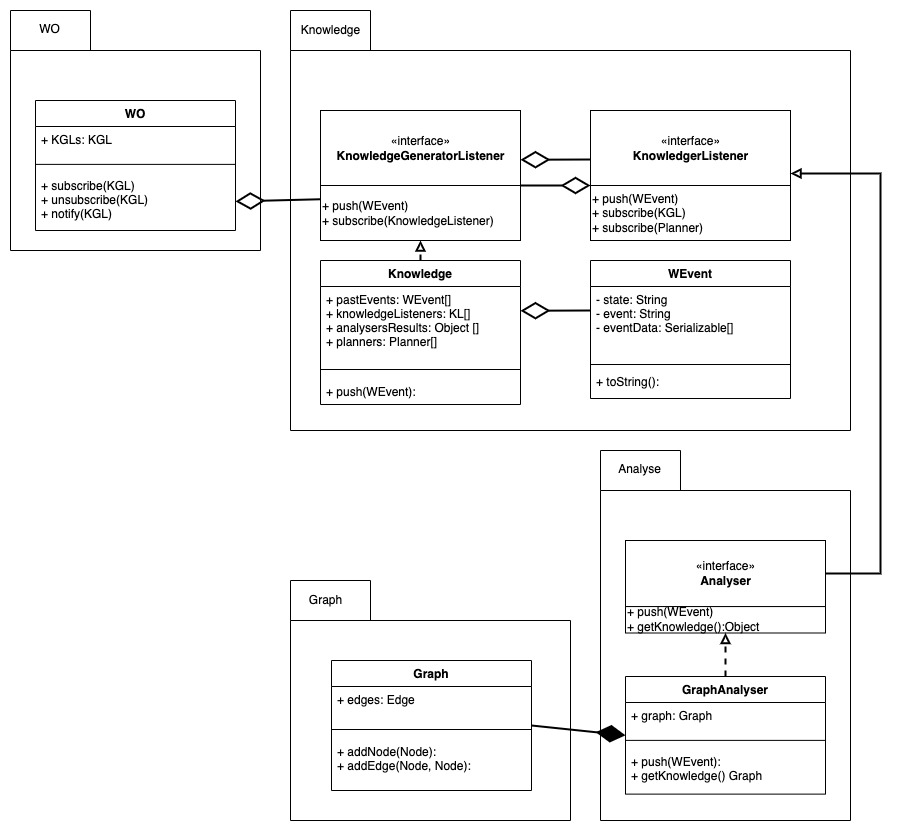
Sylv-Lej/thesis-separation-concerns keeps this draw.io diagram as fig/png/MAK.drawio.png. Above is the earlier version. Source tidied: cells renumbered, new cells last; positions are measured from the earlier drawing's top-left corner, leaving out a move shared by most shapes.
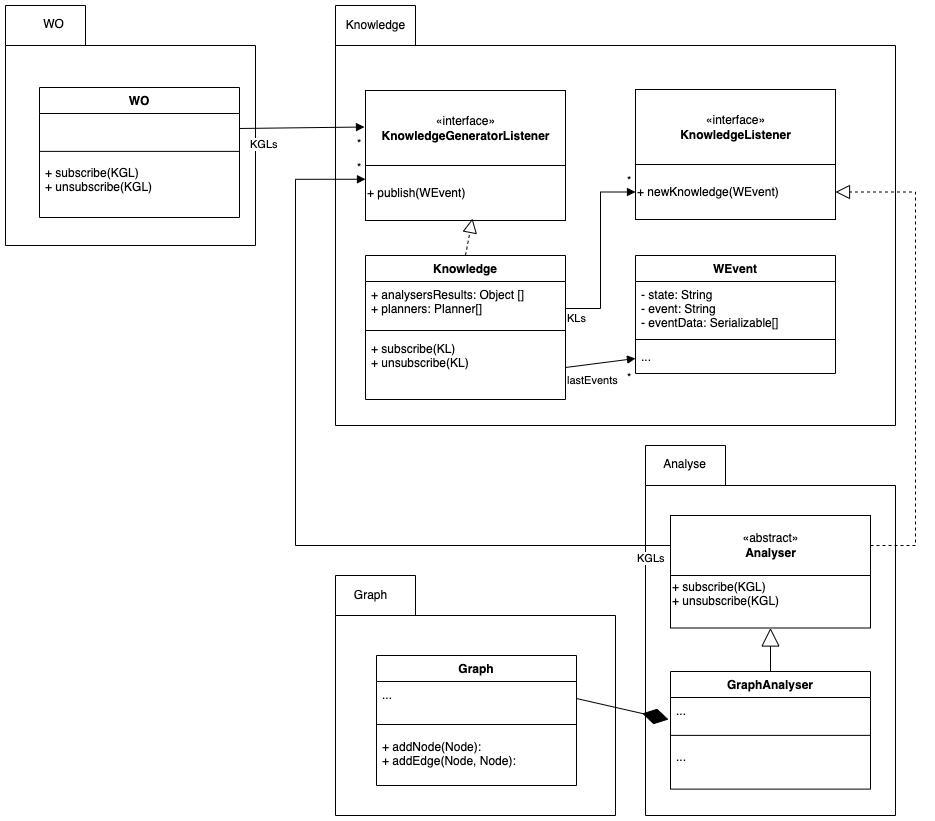
The same file after the commit.

Diff of the diagram source:
```diff
@@ -17,7 +17,7 @@
     <mxCell id="6" value="Graph" style="swimlane;fontStyle=1;align=center;verticalAlign=top;horizontal=1;startSize=26;" parent="3" vertex="1">
       <mxGeometry x="41" y="80" width="200" height="130" as="geometry" />
     </mxCell>
-    <mxCell id="7" value="+ edges: Edge&#10;&#10;&#10;&#10;&#10;" style="text;strokeColor=none;fillColor=none;align=left;verticalAlign=top;spacingLeft=4;spacingRight=4;overflow=hidden;points=[[0,0.5],[1,0.5]];portConstraint=eastwest;" parent="6" vertex="1">
+    <mxCell id="7" value="..." style="text;strokeColor=none;fillColor=none;align=left;verticalAlign=top;spacingLeft=4;spacingRight=4;overflow=hidden;points=[[0,0.5],[1,0.5]];portConstraint=eastwest;" parent="6" vertex="1">
       <mxGeometry y="26" width="200" height="34" as="geometry" />
     </mxCell>
     <mxCell id="8" style="line;strokeWidth=1;fillColor=none;align=left;verticalAlign=middle;spacingTop=-1;spacingLeft=3;spacingRight=3;labelPosition=right;" parent="6" vertex="1">
@@ -35,66 +35,48 @@
     <mxCell id="12" value="Knowledge" style="text;html=1;align=center;verticalAlign=middle;strokeColor=none;" parent="10" vertex="1">
       <mxGeometry x="5" y="10" width="70" height="20" as="geometry" />
     </mxCell>
-    <mxCell id="13" style="edgeStyle=orthogonalEdgeStyle;rounded=0;jettySize=auto;html=1;exitX=0.5;exitY=0;exitDx=0;exitDy=0;entryX=0.5;entryY=1;entryDx=0;entryDy=0;endArrow=block;endFill=0;strokeWidth=2;dashed=1;" parent="1" edge="1" source="14" target="20">
-      <mxGeometry relative="1" as="geometry" />
-    </mxCell>
+    <mxCell id="16" style="line;strokeWidth=1;fillColor=none;align=left;verticalAlign=middle;spacingTop=-1;spacingLeft=3;spacingRight=3;labelPosition=right;" parent="10" vertex="1">
+      <mxGeometry x="30" y="320" width="200" height="10" as="geometry" />
+    </mxCell>
     <mxCell id="14" value="Knowledge" style="swimlane;fontStyle=1;align=center;verticalAlign=top;horizontal=1;startSize=26;" parent="1" vertex="1">
       <mxGeometry x="310" y="250" width="200" height="144" as="geometry" />
     </mxCell>
-    <mxCell id="15" value="+ pastEvents: WEvent[]&#10;+ knowledgeListeners: KL[]&#10;+ analysersResults: Object []&#10;+ planners: Planner[]&#10;&#10;&#10;&#10;&#10;" style="text;strokeColor=none;fillColor=none;align=left;verticalAlign=top;spacingLeft=4;spacingRight=4;overflow=hidden;points=[[0,0.5],[1,0.5]];portConstraint=eastwest;" parent="14" vertex="1">
-      <mxGeometry y="26" width="200" height="74" as="geometry" />
+    <mxCell id="15" value="+ analysersResults: Object []&#10;+ planners: Planner[]" style="text;strokeColor=none;fillColor=none;align=left;verticalAlign=top;spacingLeft=4;spacingRight=4;overflow=hidden;points=[[0,0.5],[1,0.5]];portConstraint=eastwest;" parent="14" vertex="1">
+      <mxGeometry y="26" width="200" height="54" as="geometry" />
     </mxCell>
-    <mxCell id="16" style="line;strokeWidth=1;fillColor=none;align=left;verticalAlign=middle;spacingTop=-1;spacingLeft=3;spacingRight=3;labelPosition=right;" parent="14" vertex="1">
-      <mxGeometry y="100" width="200" height="18" as="geometry" />
-    </mxCell>
-    <mxCell id="17" value="+ push(WEvent):" style="text;strokeColor=none;fillColor=none;align=left;verticalAlign=top;spacingLeft=4;spacingRight=4;overflow=hidden;points=[[0,0.5],[1,0.5]];portConstraint=eastwest;" parent="14" vertex="1">
-      <mxGeometry y="118" width="200" height="26" as="geometry" />
+    <mxCell id="17" value="+ subscribe(KL)&#10;+ unsubscribe(KL)&#10;" style="text;strokeColor=none;fillColor=none;align=left;verticalAlign=top;spacingLeft=4;spacingRight=4;overflow=hidden;points=[[0,0.5],[1,0.5]];portConstraint=eastwest;" parent="14" vertex="1">
+      <mxGeometry y="80" width="200" height="64" as="geometry" />
     </mxCell>
     <mxCell id="18" style="group;" parent="1" vertex="1">
-      <mxGeometry x="310" y="100" width="200" height="130" as="geometry" />
+      <mxGeometry x="310" y="85" width="200" height="130" as="geometry" />
     </mxCell>
     <mxCell id="19" value="«interface»&lt;br&gt;&lt;span style=&quot;font-weight: 700&quot;&gt;KnowledgeGeneratorListener&lt;/span&gt;" style="html=1;" parent="18" vertex="1">
       <mxGeometry width="200" height="75" as="geometry" />
     </mxCell>
-    <mxCell id="20" value="+ push(WEvent)&lt;br&gt;+ subscribe(KnowledgeListener)&lt;br&gt;" style="html=1;align=left;" parent="18" vertex="1">
+    <mxCell id="20" value="+ publish(WEvent)" style="html=1;align=left;" parent="18" vertex="1">
       <mxGeometry y="75" width="200" height="55" as="geometry" />
     </mxCell>
     <mxCell id="21" value="WEvent" style="swimlane;fontStyle=1;align=center;verticalAlign=top;horizontal=1;startSize=26;" parent="1" vertex="1">
-      <mxGeometry x="580" y="250" width="200" height="138" as="geometry" />
+      <mxGeometry x="580" y="250" width="200" height="118" as="geometry" />
     </mxCell>
-    <mxCell id="22" value="- state: String&#10;- event: String&#10;- eventData: Serializable[]&#10;" style="text;strokeColor=none;fillColor=none;align=left;verticalAlign=top;spacingLeft=4;spacingRight=4;overflow=hidden;" parent="21" vertex="1">
-      <mxGeometry y="26" width="200" height="74" as="geometry" />
+    <mxCell id="22" value="- state: String&#10;- event: String&#10;- eventData: Serializable[]" style="text;strokeColor=none;fillColor=none;align=left;verticalAlign=top;spacingLeft=4;spacingRight=4;overflow=hidden;" parent="21" vertex="1">
+      <mxGeometry y="26" width="200" height="54" as="geometry" />
     </mxCell>
     <mxCell id="23" style="line;strokeWidth=1;fillColor=none;align=left;verticalAlign=middle;spacingTop=-1;spacingLeft=3;spacingRight=3;labelPosition=right;" parent="21" vertex="1">
-      <mxGeometry y="100" width="200" height="8" as="geometry" />
+      <mxGeometry y="80" width="200" height="8" as="geometry" />
     </mxCell>
-    <mxCell id="24" value="+ toString():" style="text;strokeColor=none;fillColor=none;align=left;verticalAlign=top;spacingLeft=4;spacingRight=4;overflow=hidden;points=[[0,0.5],[1,0.5]];portConstraint=eastwest;" parent="21" vertex="1">
-      <mxGeometry y="108" width="200" height="30" as="geometry" />
+    <mxCell id="24" value="..." style="text;strokeColor=none;fillColor=none;align=left;verticalAlign=top;spacingLeft=4;spacingRight=4;overflow=hidden;points=[[0,0.5],[1,0.5]];portConstraint=eastwest;" parent="21" vertex="1">
+      <mxGeometry y="88" width="200" height="30" as="geometry" />
     </mxCell>
     <mxCell id="25" style="group;" parent="1" vertex="1">
-      <mxGeometry x="580" y="100" width="200" height="130" as="geometry" />
+      <mxGeometry x="580" y="84" width="200" height="130" as="geometry" />
     </mxCell>
-    <mxCell id="26" value="«interface»&lt;br&gt;&lt;span style=&quot;font-weight: 700&quot;&gt;KnowledgerListener&lt;/span&gt;" style="html=1;" parent="25" vertex="1">
+    <mxCell id="26" value="«interface»&lt;br&gt;&lt;span style=&quot;font-weight: 700&quot;&gt;KnowledgeListener&lt;/span&gt;" style="html=1;" parent="25" vertex="1">
       <mxGeometry width="200" height="75" as="geometry" />
     </mxCell>
-    <mxCell id="27" value="+ push(WEvent)&lt;br&gt;+ subscribe(KGL)&lt;br&gt;+ subscribe(Planner)" style="html=1;align=left;" parent="25" vertex="1">
+    <mxCell id="27" value="+ newKnowledge(WEvent)" style="html=1;align=left;" parent="25" vertex="1">
       <mxGeometry y="75" width="200" height="55" as="geometry" />
     </mxCell>
-    <mxCell id="28" style="endArrow=diamondThin;endFill=0;endSize=24;html=1;strokeWidth=2;" parent="1" edge="1">
-      <mxGeometry relative="1" as="geometry">
-        <mxPoint x="580" y="149" as="sourcePoint" />
-        <mxPoint x="510" y="149.2" as="targetPoint" />
-      </mxGeometry>
-    </mxCell>
-    <mxCell id="29" style="endArrow=diamondThin;endFill=0;endSize=24;html=1;strokeWidth=2;entryX=0;entryY=1;entryDx=0;entryDy=0;exitX=1;exitY=0;exitDx=0;exitDy=0;" parent="1" edge="1" source="20" target="26">
-      <mxGeometry relative="1" as="geometry" />
-    </mxCell>
-    <mxCell id="30" style="endArrow=diamondThin;endFill=0;endSize=24;html=1;strokeWidth=2;" parent="1" edge="1">
-      <mxGeometry relative="1" as="geometry">
-        <mxPoint x="580" y="300" as="sourcePoint" />
-        <mxPoint x="510" y="300.2" as="targetPoint" />
-      </mxGeometry>
-    </mxCell>
     <mxCell id="31" style="group;" parent="1" vertex="1">
       <mxGeometry x="590" y="440" width="250" height="370" as="geometry" />
     </mxCell>
@@ -105,61 +87,102 @@
       <mxGeometry x="8.9" y="8.8" width="60" height="20" as="geometry" />
     </mxCell>
     <mxCell id="34" style="group;" parent="31" vertex="1">
-      <mxGeometry x="25" y="90" width="200" height="92.5" as="geometry" />
+      <mxGeometry x="25" y="70" width="200" height="112.5" as="geometry" />
     </mxCell>
-    <mxCell id="35" value="«interface»&lt;br&gt;&lt;span style=&quot;font-weight: 700&quot;&gt;Analyser&lt;/span&gt;" style="html=1;" parent="34" vertex="1">
-      <mxGeometry width="200" height="66.1" as="geometry" />
+    <mxCell id="35" value="«abstract»&lt;br&gt;&lt;span style=&quot;font-weight: 700&quot;&gt;Analyser&lt;/span&gt;" style="html=1;" parent="34" vertex="1">
+      <mxGeometry width="200" height="60" as="geometry" />
     </mxCell>
-    <mxCell id="36" value="+ push(WEvent)&lt;br&gt;+ getKnowledge():Object" style="html=1;align=left;" parent="34" vertex="1">
-      <mxGeometry y="66.1" width="200" height="26.4" as="geometry" />
+    <mxCell id="36" value="+ subscribe(KGL)&lt;br style=&quot;padding: 0px ; margin: 0px&quot;&gt;+ unsubscribe(KGL)&lt;div style=&quot;padding: 0px ; margin: 0px&quot;&gt;&lt;br style=&quot;padding: 0px ; margin: 0px&quot;&gt;&lt;/div&gt;" style="html=1;align=left;" parent="34" vertex="1">
+      <mxGeometry y="60" width="200" height="52.5" as="geometry" />
     </mxCell>
     <mxCell id="37" value="GraphAnalyser" style="swimlane;fontStyle=1;align=center;verticalAlign=top;horizontal=1;startSize=26;" parent="31" vertex="1">
       <mxGeometry x="25" y="226" width="200" height="117.6" as="geometry" />
     </mxCell>
-    <mxCell id="38" value="+ graph: Graph&#10;&#10;&#10;&#10;&#10;" style="text;strokeColor=none;fillColor=none;align=left;verticalAlign=top;spacingLeft=4;spacingRight=4;overflow=hidden;points=[[0,0.5],[1,0.5]];portConstraint=eastwest;" parent="37" vertex="1">
+    <mxCell id="38" value="..." style="text;strokeColor=none;fillColor=none;align=left;verticalAlign=top;spacingLeft=4;spacingRight=4;overflow=hidden;points=[[0,0.5],[1,0.5]];portConstraint=eastwest;" parent="37" vertex="1">
       <mxGeometry y="26" width="200" height="30" as="geometry" />
     </mxCell>
     <mxCell id="39" style="line;strokeWidth=1;fillColor=none;align=left;verticalAlign=middle;spacingTop=-1;spacingLeft=3;spacingRight=3;labelPosition=right;" parent="37" vertex="1">
       <mxGeometry y="56" width="200" height="15.9" as="geometry" />
     </mxCell>
-    <mxCell id="40" value="+ push(WEvent):&#10;+ getKnowledge() Graph" style="text;strokeColor=none;fillColor=none;align=left;verticalAlign=top;spacingLeft=4;spacingRight=4;overflow=hidden;" parent="37" vertex="1">
+    <mxCell id="40" value="..." style="text;strokeColor=none;fillColor=none;align=left;verticalAlign=top;spacingLeft=4;spacingRight=4;overflow=hidden;" parent="37" vertex="1">
       <mxGeometry y="71.8" width="200" height="45.8" as="geometry" />
     </mxCell>
-    <mxCell id="41" style="edgeStyle=orthogonalEdgeStyle;rounded=0;jettySize=auto;html=1;entryX=0.5;entryY=1;entryDx=0;entryDy=0;dashed=1;endArrow=block;endFill=0;strokeWidth=2;" parent="31" edge="1" source="37" target="36">
+    <mxCell id="41" style="endArrow=block;endSize=16;endFill=0;html=1;rounded=0;exitX=0.5;exitY=0;exitDx=0;exitDy=0;" parent="31" edge="1" source="37" target="36">
       <mxGeometry relative="1" as="geometry" />
     </mxCell>
-    <mxCell id="42" style="endArrow=diamondThin;endFill=1;endSize=24;html=1;strokeWidth=2;entryX=0;entryY=0.5;entryDx=0;entryDy=0;exitX=1;exitY=0.5;exitDx=0;exitDy=0;" parent="1" edge="1" source="6" target="37">
-      <mxGeometry relative="1" as="geometry" />
-    </mxCell>
-    <mxCell id="43" style="edgeStyle=orthogonalEdgeStyle;rounded=0;jettySize=auto;html=1;endArrow=block;endFill=0;strokeWidth=2;exitX=1;exitY=0.5;exitDx=0;exitDy=0;" parent="1" edge="1" source="35">
-      <mxGeometry relative="1" as="geometry">
-        <mxPoint x="780" y="163" as="targetPoint" />
-        <Array as="points">
-          <mxPoint x="870" y="563" />
-          <mxPoint x="870" y="163" />
-        </Array>
-      </mxGeometry>
-    </mxCell>
     <mxCell id="44" style="shape=folder;fontStyle=1;spacingTop=10;tabWidth=80;tabHeight=40;tabPosition=left;html=1;" parent="1" vertex="1">
-      <mxGeometry width="250" height="240" as="geometry" />
+      <mxGeometry x="-50" width="250" height="240" as="geometry" />
     </mxCell>
     <mxCell id="45" value="WO" style="text;html=1;align=center;verticalAlign=middle;strokeColor=none;" parent="1" vertex="1">
-      <mxGeometry x="18.9" y="8.8" width="40" height="20" as="geometry" />
+      <mxGeometry x="-22.1" y="8.8" width="40" height="20" as="geometry" />
     </mxCell>
     <mxCell id="46" value="WO" style="swimlane;fontStyle=1;align=center;verticalAlign=top;horizontal=1;startSize=26;" parent="1" vertex="1">
-      <mxGeometry x="25" y="90" width="200" height="130" as="geometry" />
+      <mxGeometry x="-16" y="82" width="200" height="130" as="geometry" />
     </mxCell>
-    <mxCell id="47" value="+ KGLs: KGL&#10;&#10;&#10;&#10;&#10;" style="text;strokeColor=none;fillColor=none;align=left;verticalAlign=top;spacingLeft=4;spacingRight=4;overflow=hidden;points=[[0,0.5],[1,0.5]];portConstraint=eastwest;" parent="46" vertex="1">
+    <mxCell id="47" value="&#10;" style="text;strokeColor=none;fillColor=none;align=left;verticalAlign=top;spacingLeft=4;spacingRight=4;overflow=hidden;points=[[0,0.5],[1,0.5]];portConstraint=eastwest;" parent="46" vertex="1">
       <mxGeometry y="26" width="200" height="30" as="geometry" />
     </mxCell>
     <mxCell id="48" style="line;strokeWidth=1;fillColor=none;align=left;verticalAlign=middle;spacingTop=-1;spacingLeft=3;spacingRight=3;labelPosition=right;" parent="46" vertex="1">
       <mxGeometry y="56" width="200" height="15.9" as="geometry" />
     </mxCell>
-    <mxCell id="49" value="+ subscribe(KGL)&#10;+ unsubscribe(KGL)&#10;+ notify(KGL)&#10;" style="text;strokeColor=none;fillColor=none;align=left;verticalAlign=top;spacingLeft=4;spacingRight=4;overflow=hidden;points=[[0,0.5],[1,0.5]];portConstraint=eastwest;" parent="46" vertex="1">
+    <mxCell id="49" value="+ subscribe(KGL)&#10;+ unsubscribe(KGL)&#10;" style="text;strokeColor=none;fillColor=none;align=left;verticalAlign=top;spacingLeft=4;spacingRight=4;overflow=hidden;points=[[0,0.5],[1,0.5]];portConstraint=eastwest;" parent="46" vertex="1">
       <mxGeometry y="71.8" width="200" height="58.2" as="geometry" />
     </mxCell>
-    <mxCell id="50" style="endArrow=diamondThin;endFill=0;endSize=24;html=1;strokeWidth=2;exitX=0;exitY=0.25;exitDx=0;exitDy=0;entryX=1;entryY=0.5;entryDx=0;entryDy=0;" parent="1" edge="1" source="20" target="49">
-      <mxGeometry relative="1" as="geometry" />
-    </mxCell>
+    <mxCell id="51" value="KGLs" style="endArrow=block;endFill=1;html=1;align=left;verticalAlign=top;rounded=0;entryX=0;entryY=0.5;entryDx=0;entryDy=0;exitX=1;exitY=0.5;exitDx=0;exitDy=0;" parent="1" edge="1" source="47">
+      <mxGeometry x="-0.85" y="-2" relative="1" as="geometry">
+        <mxPoint x="309" y="121.5" as="targetPoint" />
+        <mxPoint y="1" as="offset" />
+      </mxGeometry>
+    </mxCell>
+    <mxCell id="52" value="*" style="edgeLabel;html=1;align=left;verticalAlign=bottom;" parent="51" vertex="1">
+      <mxGeometry x="-1" relative="1" as="geometry">
+        <mxPoint x="116" y="23" as="offset" />
+      </mxGeometry>
+    </mxCell>
+    <mxCell id="53" value="KGLs" style="endArrow=block;endFill=1;html=1;edgeStyle=orthogonalEdgeStyle;align=left;verticalAlign=top;rounded=0;exitX=0;exitY=0.5;exitDx=0;exitDy=0;entryX=0;entryY=0.25;entryDx=0;entryDy=0;" parent="1" edge="1">
+      <mxGeometry x="-0.91" relative="1" as="geometry">
+        <mxPoint x="615" y="540" as="sourcePoint" />
+        <mxPoint x="310" y="173.8" as="targetPoint" />
+        <Array as="points">
+          <mxPoint x="240" y="540" />
+          <mxPoint x="240" y="174" />
+        </Array>
+      </mxGeometry>
+    </mxCell>
+    <mxCell id="54" value="*" style="edgeLabel;html=1;align=left;verticalAlign=bottom;" parent="53" vertex="1">
+      <mxGeometry x="-1" relative="1" as="geometry">
+        <mxPoint x="-315" y="-370" as="offset" />
+      </mxGeometry>
+    </mxCell>
+    <mxCell id="55" style="endArrow=block;dashed=1;endFill=0;endSize=12;html=1;rounded=0;exitX=1;exitY=0.5;exitDx=0;exitDy=0;entryX=1;entryY=0.5;entryDx=0;entryDy=0;edgeStyle=orthogonalEdgeStyle;" parent="1" edge="1" source="35" target="27">
+      <mxGeometry relative="1" as="geometry">
+        <Array as="points">
+          <mxPoint x="860" y="540" />
+          <mxPoint x="860" y="187" />
+        </Array>
+      </mxGeometry>
+    </mxCell>
+    <mxCell id="13" style="endArrow=block;dashed=1;endFill=0;endSize=12;html=1;rounded=0;entryX=0.535;entryY=0.964;entryDx=0;entryDy=0;entryPerimeter=0;exitX=0.5;exitY=0;exitDx=0;exitDy=0;" parent="1" edge="1" source="14" target="20">
+      <mxGeometry relative="1" as="geometry" />
+    </mxCell>
+    <mxCell id="56" value="KLs" style="endArrow=block;endFill=1;html=1;edgeStyle=orthogonalEdgeStyle;align=left;verticalAlign=top;rounded=0;exitX=1;exitY=0.5;exitDx=0;exitDy=0;entryX=0;entryY=0.5;entryDx=0;entryDy=0;" parent="1" edge="1" source="15" target="27">
+      <mxGeometry x="-1" y="3" relative="1" as="geometry" />
+    </mxCell>
+    <mxCell id="57" value="*" style="edgeLabel;html=1;align=left;verticalAlign=bottom;" parent="56" vertex="1">
+      <mxGeometry x="-1" relative="1" as="geometry">
+        <mxPoint x="60" y="-120" as="offset" />
+      </mxGeometry>
+    </mxCell>
+    <mxCell id="58" value="lastEvents" style="endArrow=block;endFill=1;html=1;align=left;verticalAlign=top;rounded=0;exitX=1;exitY=0.5;exitDx=0;exitDy=0;entryX=0;entryY=0.5;entryDx=0;entryDy=0;" parent="1" edge="1" source="17" target="24">
+      <mxGeometry x="-1" relative="1" as="geometry" />
+    </mxCell>
+    <mxCell id="59" value="*" style="edgeLabel;html=1;align=left;verticalAlign=bottom;" parent="58" vertex="1">
+      <mxGeometry x="-1" relative="1" as="geometry">
+        <mxPoint x="60" y="18" as="offset" />
+      </mxGeometry>
+    </mxCell>
+    <mxCell id="60" style="endArrow=diamondThin;endFill=1;endSize=24;html=1;rounded=0;entryX=-0.01;entryY=0.734;entryDx=0;entryDy=0;entryPerimeter=0;exitX=1;exitY=0.5;exitDx=0;exitDy=0;" parent="1" edge="1" source="7" target="38">
+      <mxGeometry relative="1" as="geometry" />
+    </mxCell>
   </root>
 </mxGraphModel>
```
